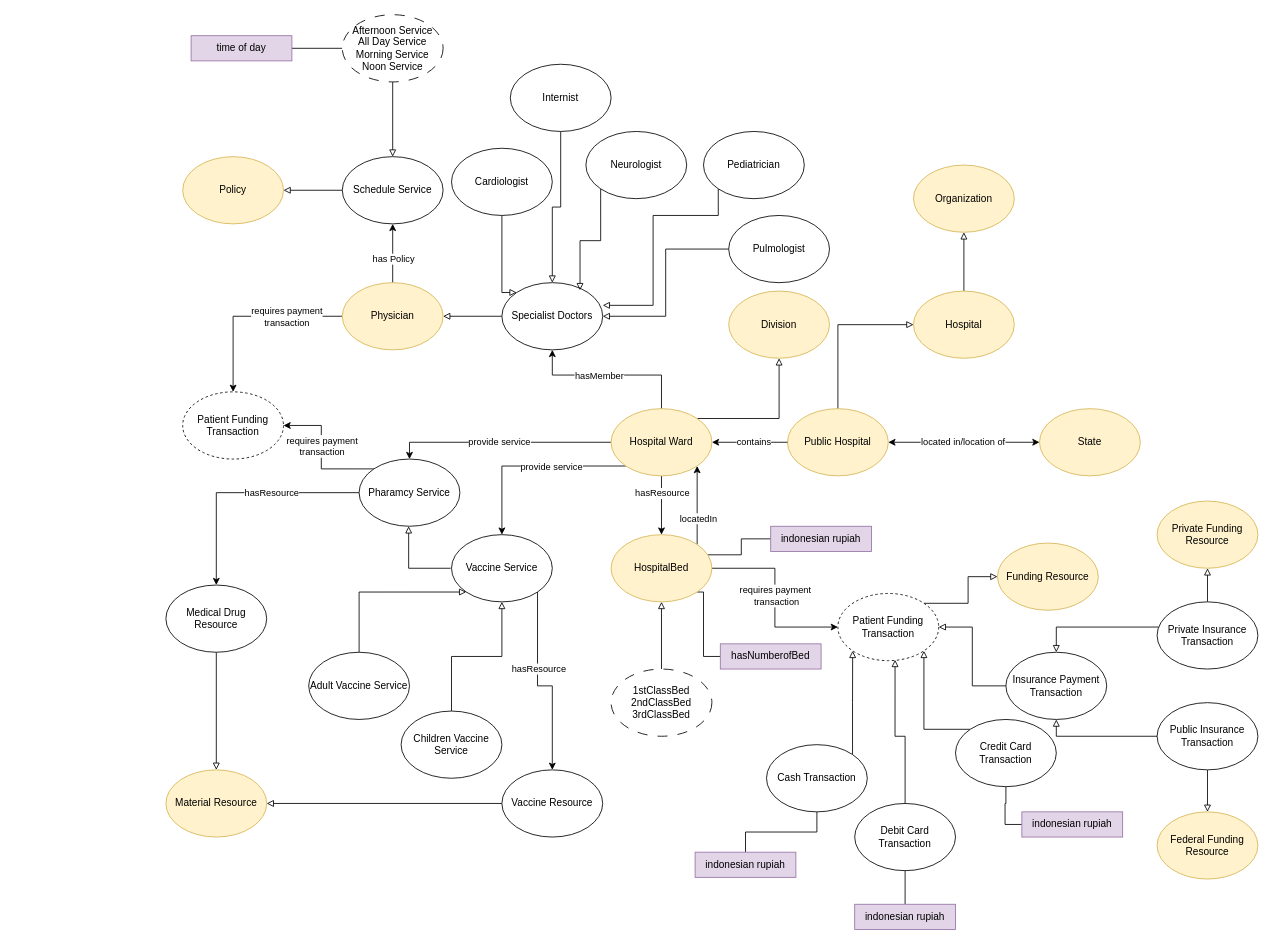
Before: page "v2" (2 of 6) of UPdate_ontology_Diagram_3.1.drawio in irhamniali/OGD_health, a draw.io diagram. Source tidied: cells renumbered, new cells numbered last; positions are measured from the earlier drawing's top-left corner, leaving out a move shared by most shapes. Both pictures are drawn from the tidied source at 84%, with x=0, y=0 at pixel (165, 14).
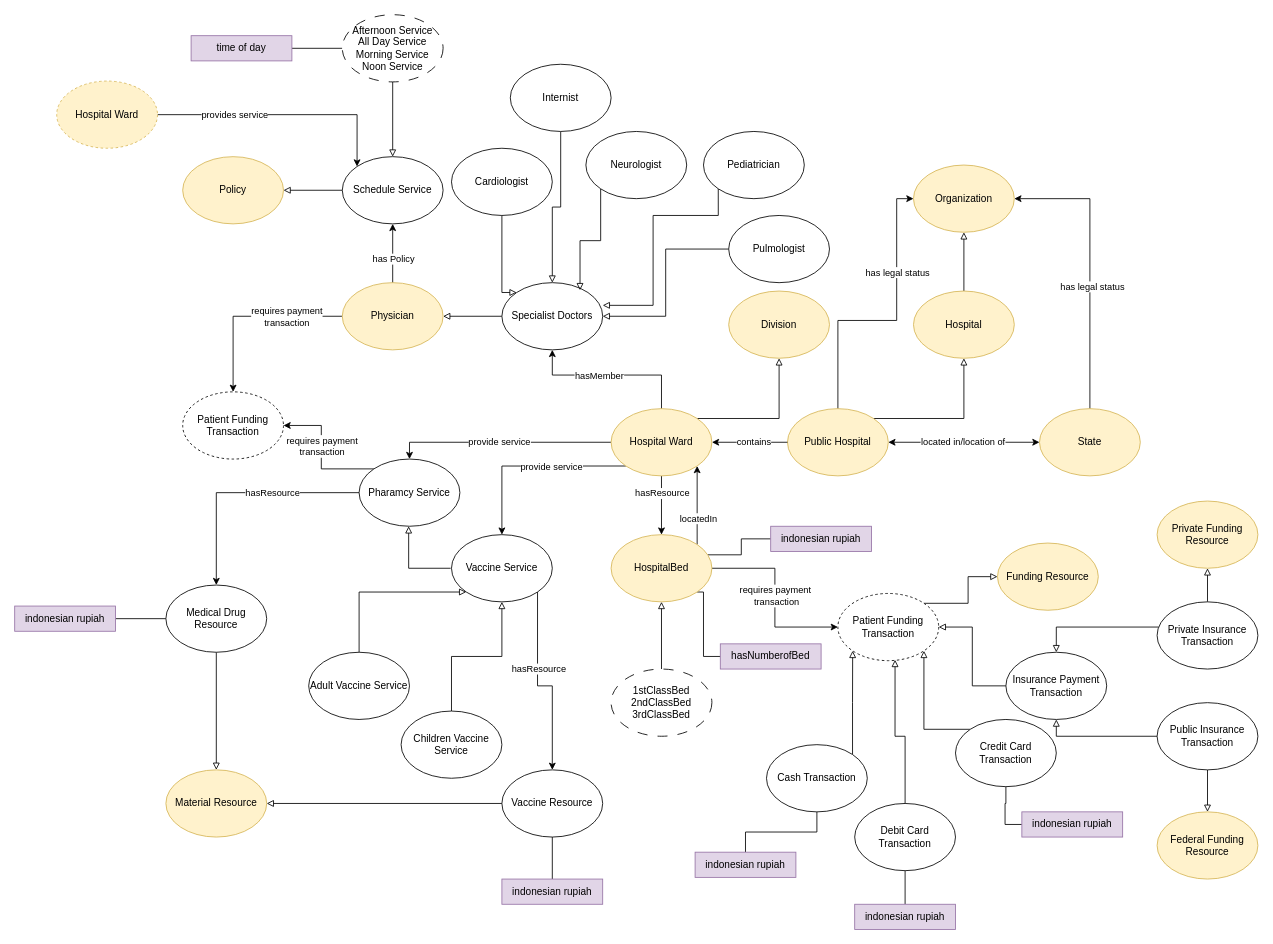
After the change.

Unchanged cells that the change refers to:
```xml
<mxCell id="2" value="State" style="ellipse;whiteSpace=wrap;html=1;fillColor=#fff2cc;strokeColor=#d6b656;" parent="1" vertex="1">
  <mxGeometry x="1040" y="469" width="120" height="80" as="geometry" />
</mxCell>
<mxCell id="6" value="Public Hospital" style="ellipse;whiteSpace=wrap;html=1;fillColor=#fff2cc;strokeColor=#d6b656;" parent="1" vertex="1">
  <mxGeometry x="740" y="469" width="120" height="80" as="geometry" />
</mxCell>
<mxCell id="8" value="Hospital" style="ellipse;whiteSpace=wrap;html=1;fillColor=#fff2cc;strokeColor=#d6b656;" parent="1" vertex="1">
  <mxGeometry x="890" y="329" width="120" height="80" as="geometry" />
</mxCell>
<mxCell id="9" value="Organization" style="ellipse;whiteSpace=wrap;html=1;fillColor=#fff2cc;strokeColor=#d6b656;" parent="1" vertex="1">
  <mxGeometry x="890" y="179" width="120" height="80" as="geometry" />
</mxCell>
<mxCell id="78" value="Schedule Service" style="ellipse;whiteSpace=wrap;html=1;" parent="1" vertex="1">
  <mxGeometry x="210" y="169" width="120" height="80" as="geometry" />
</mxCell>
<mxCell id="91" value="Medical Drug Resource" style="ellipse;whiteSpace=wrap;html=1;" parent="1" vertex="1">
  <mxGeometry y="679" width="120" height="80" as="geometry" />
</mxCell>
<mxCell id="94" value="Vaccine Resource" style="ellipse;whiteSpace=wrap;html=1;" parent="1" vertex="1">
  <mxGeometry x="400" y="899" width="120" height="80" as="geometry" />
</mxCell>
```

The edit, as a diff of the source:
```diff
@@
+    <mxCell id="102" style="edgeStyle=orthogonalEdgeStyle;rounded=0;jettySize=auto;html=1;entryX=1;entryY=0.5;entryDx=0;entryDy=0;" parent="1" edge="1" source="2" target="9">
+      <mxGeometry relative="1" as="geometry">
+        <Array as="points">
+          <mxPoint x="1100" y="219" />
+        </Array>
+      </mxGeometry>
+    </mxCell>
+    <mxCell id="103" value="has legal status" style="edgeLabel;html=1;align=center;verticalAlign=middle;" parent="102" vertex="1">
+      <mxGeometry x="-0.14" y="-2" relative="1" as="geometry" />
+    </mxCell>
@@
-    <mxCell id="5" style="edgeStyle=orthogonalEdgeStyle;rounded=0;jettySize=auto;html=1;entryX=0;entryY=0.5;entryDx=0;entryDy=0;exitX=0.5;exitY=0;exitDx=0;exitDy=0;endArrow=block;endFill=0;" parent="1" edge="1" source="6" target="8">
+    <mxCell id="5" style="edgeStyle=orthogonalEdgeStyle;rounded=0;jettySize=auto;html=1;exitX=1;exitY=0;exitDx=0;exitDy=0;endArrow=block;endFill=0;" parent="1" edge="1" source="6" target="8">
       <mxGeometry relative="1" as="geometry" />
     </mxCell>
+    <mxCell id="104" style="edgeStyle=orthogonalEdgeStyle;rounded=0;jettySize=auto;html=1;entryX=0;entryY=0.5;entryDx=0;entryDy=0;" parent="1" edge="1" source="6" target="9">
+      <mxGeometry relative="1" as="geometry">
+        <Array as="points">
+          <mxPoint x="800" y="364" />
+          <mxPoint x="870" y="364" />
+          <mxPoint x="870" y="219" />
+        </Array>
+      </mxGeometry>
+    </mxCell>
+    <mxCell id="105" value="has legal status" style="edgeLabel;html=1;align=center;verticalAlign=middle;" parent="104" vertex="1">
+      <mxGeometry x="0.37" relative="1" as="geometry" />
+    </mxCell>
@@
+    <mxCell id="106" style="edgeStyle=orthogonalEdgeStyle;rounded=0;jettySize=auto;html=1;entryX=1;entryY=0.5;entryDx=0;entryDy=0;endArrow=none;endFill=0;" parent="1" edge="1" source="91" target="112">
+      <mxGeometry relative="1" as="geometry" />
+    </mxCell>
@@
+    <mxCell id="107" style="edgeStyle=orthogonalEdgeStyle;rounded=0;jettySize=auto;html=1;exitX=0.5;exitY=1;exitDx=0;exitDy=0;entryX=0.5;entryY=0;entryDx=0;entryDy=0;endArrow=none;endFill=0;" parent="1" edge="1" source="94" target="111">
+      <mxGeometry relative="1" as="geometry" />
+    </mxCell>
@@
+    <mxCell id="108" style="edgeStyle=orthogonalEdgeStyle;rounded=0;jettySize=auto;html=1;exitX=1;exitY=0.5;exitDx=0;exitDy=0;entryX=0;entryY=0;entryDx=0;entryDy=0;" parent="1" edge="1" source="110" target="78">
+      <mxGeometry relative="1" as="geometry" />
+    </mxCell>
+    <mxCell id="109" value="provides service" style="edgeLabel;html=1;align=center;verticalAlign=middle;" parent="108" vertex="1">
+      <mxGeometry x="-0.39" y="1" relative="1" as="geometry" />
+    </mxCell>
+    <mxCell id="110" value="Hospital Ward" style="ellipse;whiteSpace=wrap;html=1;fillColor=#fff2cc;strokeColor=#d6b656;dashed=1;" parent="1" vertex="1">
+      <mxGeometry x="-130" y="79" width="120" height="80" as="geometry" />
+    </mxCell>
+    <mxCell id="111" value="indonesian rupiah" style="rounded=0;whiteSpace=wrap;html=1;fillColor=#e1d5e7;strokeColor=#9673a6;" parent="1" vertex="1">
+      <mxGeometry x="400" y="1029" width="120" height="30" as="geometry" />
+    </mxCell>
+    <mxCell id="112" value="indonesian rupiah" style="rounded=0;whiteSpace=wrap;html=1;fillColor=#e1d5e7;strokeColor=#9673a6;" parent="1" vertex="1">
+      <mxGeometry x="-180" y="704" width="120" height="30" as="geometry" />
+    </mxCell>
```
